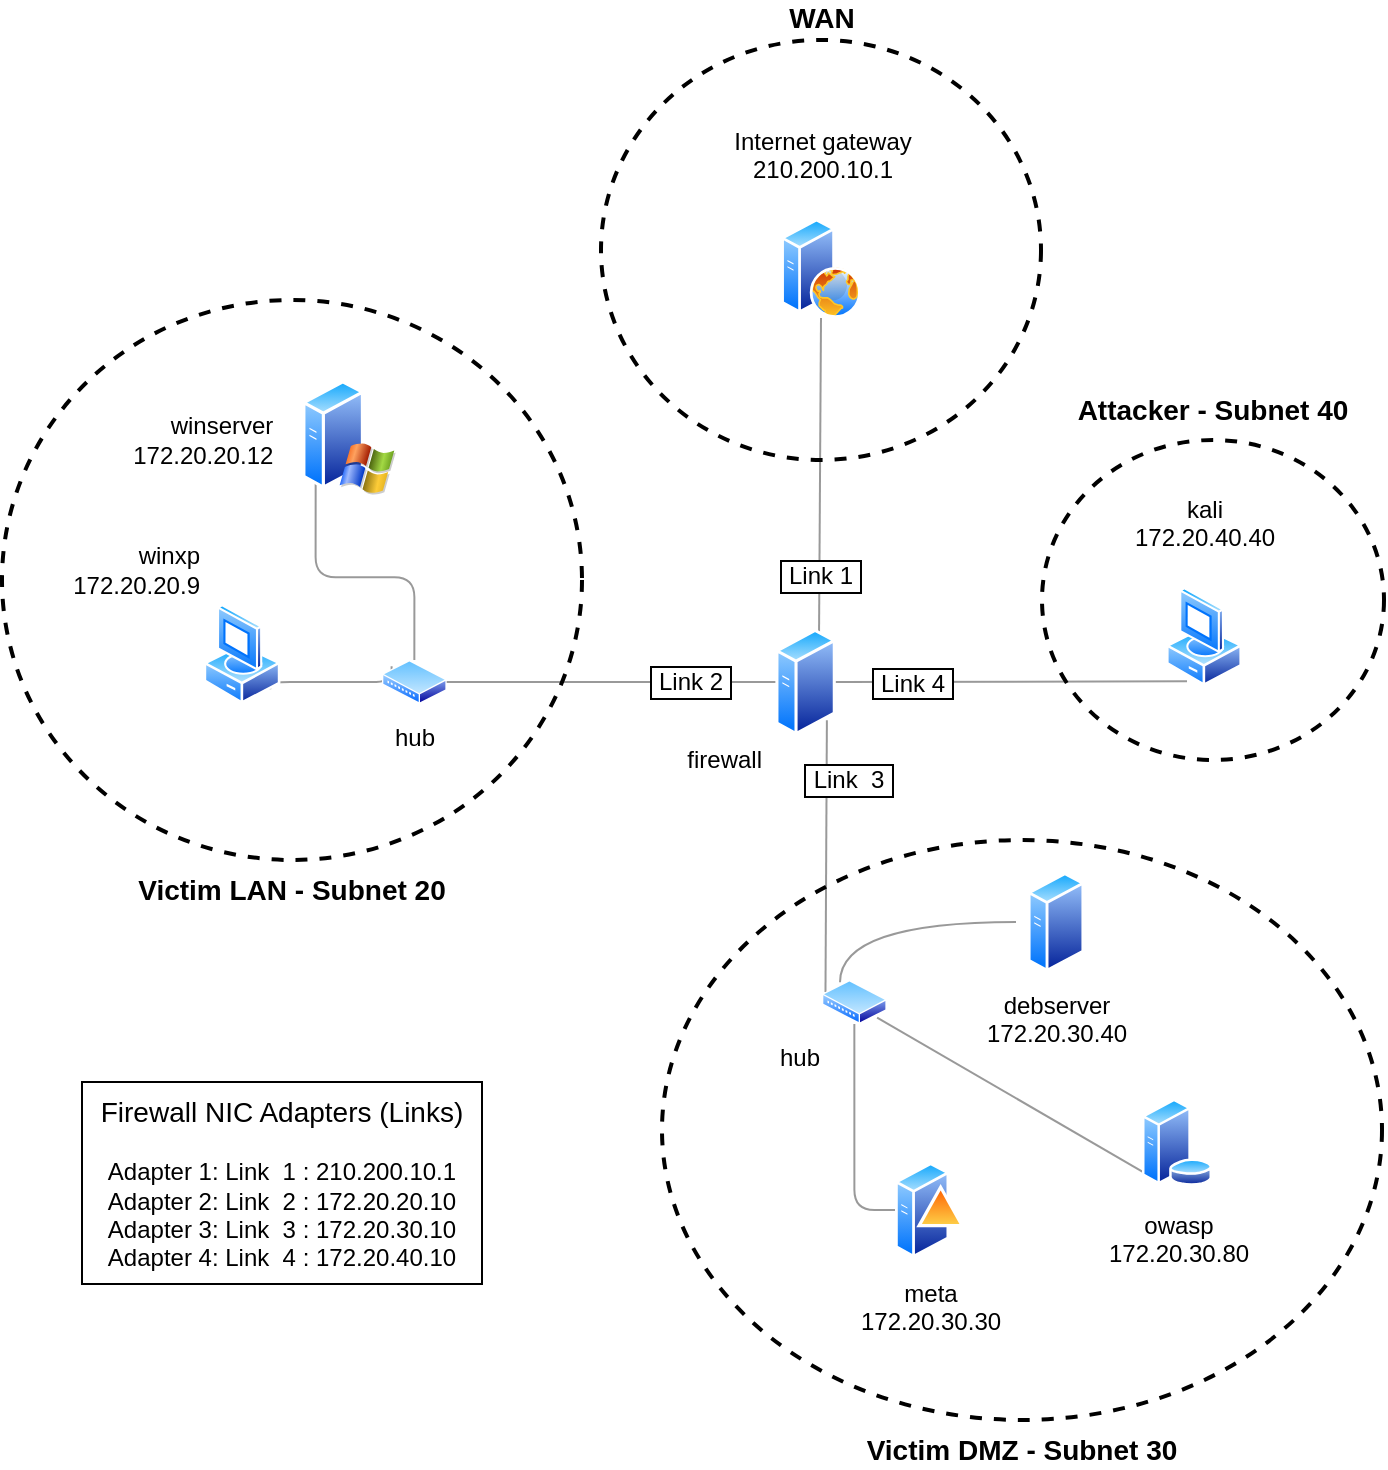
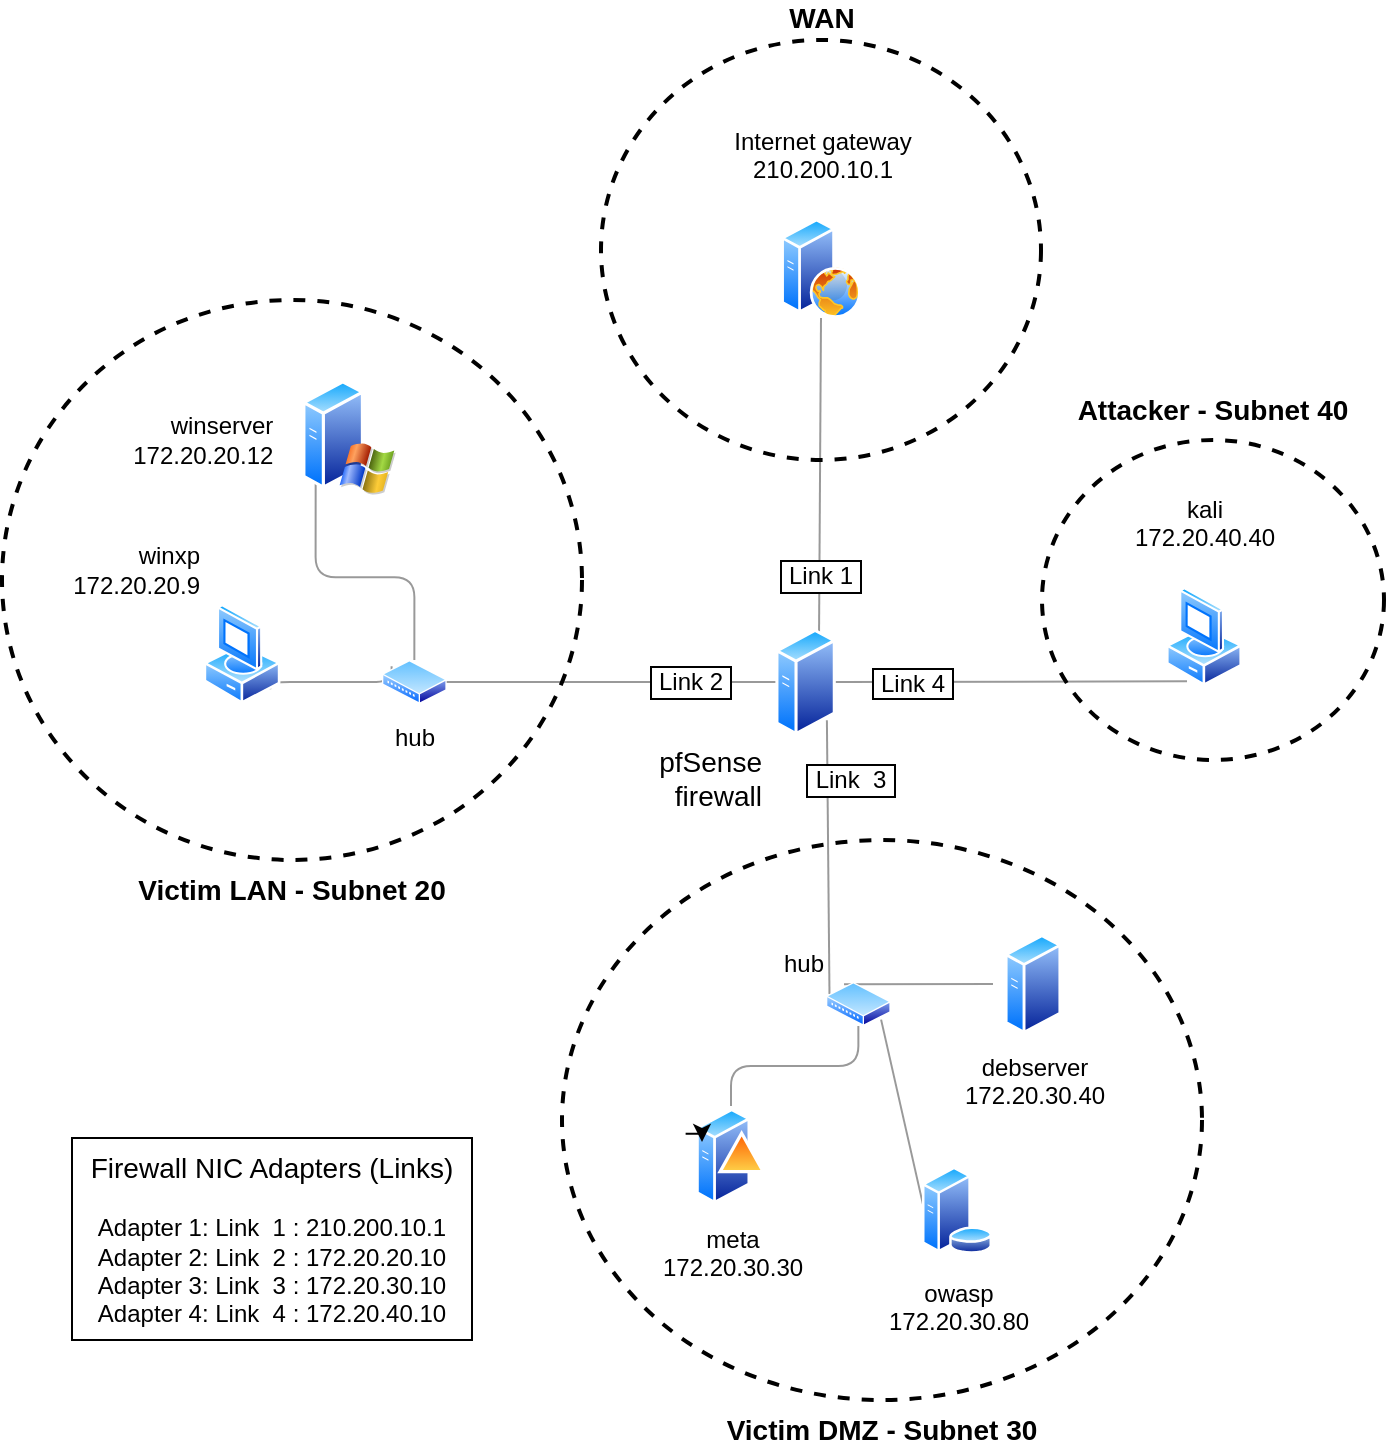
<mxfile host="app.diagrams.net">
  <diagram name="Seite-1" id="sI0nA2FEwm0xv5wlwKVV">
    <mxGraphModel dx="1940" dy="763" grid="1" gridSize="10" guides="1" tooltips="1" connect="1" arrows="1" fold="1" page="1" pageScale="1" pageWidth="827" pageHeight="1169" math="0" shadow="0">
      <root>
        <mxCell id="0" />
        <mxCell id="1" parent="0" />
        <mxCell id="a0UQNTms_buoy0jP--Xc-48" parent="1" style="ellipse;whiteSpace=wrap;html=1;fillColor=none;strokeWidth=2;labelPosition=center;verticalLabelPosition=top;align=center;verticalAlign=bottom;fontSize=14;fontStyle=1;dashed=1;strokeColor=light-dark(#000000,#FFF2CC);fontColor=light-dark(#000000,#FFF2CC);spacingTop=-1;spacingBottom=4;" value="Attacker - Subnet 40" vertex="1">
          <mxGeometry height="160" width="171" x="500" y="250" as="geometry" />
        </mxCell>
        <mxCell id="eCaSIDYicL7Bv3XTQ8XW-33" parent="1" style="ellipse;whiteSpace=wrap;html=1;fillColor=none;strokeWidth=2;labelPosition=center;verticalLabelPosition=top;align=center;verticalAlign=bottom;fontSize=14;fontStyle=1;dashed=1;strokeColor=light-dark(#000000,#FFF2CC);fontColor=light-dark(#000000,#FFF2CC);" value="WAN" vertex="1">
          <mxGeometry height="210" width="220" x="279.5" y="50" as="geometry" />
        </mxCell>
        <mxCell id="eCaSIDYicL7Bv3XTQ8XW-30" parent="1" style="ellipse;whiteSpace=wrap;html=1;fillColor=none;strokeWidth=2;labelPosition=center;verticalLabelPosition=bottom;align=center;verticalAlign=top;fontSize=14;fontStyle=1;dashed=1;strokeColor=light-dark(#000000,#FFF2CC);fontColor=light-dark(#000000,#FFF2CC);labelBorderColor=none;spacingTop=0;spacingBottom=7;" value="Victim DMZ - Subnet 30" vertex="1">
-           <mxGeometry height="290" width="360" x="310" y="450" as="geometry" />
+           <mxGeometry height="280" width="320" x="260" y="450" as="geometry" />
        </mxCell>
        <mxCell id="eCaSIDYicL7Bv3XTQ8XW-29" parent="1" style="ellipse;whiteSpace=wrap;html=1;fillColor=none;strokeWidth=2;labelPosition=center;verticalLabelPosition=bottom;align=center;verticalAlign=top;fontSize=14;fontStyle=1;dashed=1;strokeColor=light-dark(#000000,#FFF2CC);fontColor=light-dark(#000000,#FFF2CC);" value="Victim LAN - Subnet 20" vertex="1">
          <mxGeometry height="280" width="290" x="-20" y="180" as="geometry" />
        </mxCell>
        <mxCell id="eCaSIDYicL7Bv3XTQ8XW-1" parent="1" style="aspect=fixed;html=1;align=center;shadow=0;dashed=0;spacingTop=3;image=img/lib/active_directory/web_server.svg;labelPosition=center;verticalLabelPosition=top;verticalAlign=bottom;labelBackgroundColor=none;fontColor=light-dark(#000000,#FFFFFF);fontSize=12;shape=image;perimeter=ellipsePerimeter;" value="Internet gateway&lt;div&gt;210.200.10.1&lt;br&gt;&lt;br&gt;&lt;/div&gt;" vertex="1">
          <mxGeometry height="49.77" width="79" x="350" y="139.23000000000002" as="geometry" />
        </mxCell>
        <mxCell id="a0UQNTms_buoy0jP--Xc-31" edge="1" parent="1" source="eCaSIDYicL7Bv3XTQ8XW-10" style="rounded=0;orthogonalLoop=1;jettySize=auto;html=1;exitX=0.75;exitY=0;exitDx=0;exitDy=0;endArrow=none;endFill=0;curved=1;opacity=40;fontSize=12;labelBorderColor=light-dark(#000000,#FFB366);spacingLeft=-1;sourcePerimeterSpacing=0;startSize=6;spacingTop=100;entryX=0.5;entryY=1;entryDx=0;entryDy=0;" target="eCaSIDYicL7Bv3XTQ8XW-1" value="&lt;span&gt;&amp;nbsp;Link 1&amp;nbsp;&lt;/span&gt;">
          <mxGeometry relative="1" x="0.0031" as="geometry">
            <mxPoint as="offset" />
            <Array as="points" />
            <mxPoint x="400" y="150" as="targetPoint" />
          </mxGeometry>
        </mxCell>
-         <mxCell id="eCaSIDYicL7Bv3XTQ8XW-10" parent="1" style="image;aspect=fixed;perimeter=ellipsePerimeter;html=1;align=right;shadow=0;dashed=0;spacingTop=2;image=img/lib/active_directory/generic_server.svg;fontSize=12;labelPosition=left;verticalLabelPosition=bottom;verticalAlign=top;spacingLeft=0;spacingRight=10;spacingBottom=0;spacing=-2;labelBackgroundColor=none;" value="firewall" vertex="1">
+         <mxCell id="eCaSIDYicL7Bv3XTQ8XW-10" parent="1" style="image;aspect=fixed;perimeter=ellipsePerimeter;html=1;align=right;shadow=0;dashed=0;spacingTop=2;image=img/lib/active_directory/generic_server.svg;fontSize=14;labelPosition=left;verticalLabelPosition=bottom;verticalAlign=top;spacingLeft=0;spacingRight=10;spacingBottom=0;spacing=-2;labelBackgroundColor=none;" value="pfSense&lt;br&gt;firewall" vertex="1">
          <mxGeometry height="54" width="30.24" x="366.68" y="344" as="geometry" />
        </mxCell>
        <mxCell id="a0UQNTms_buoy0jP--Xc-1" edge="1" parent="1" source="eCaSIDYicL7Bv3XTQ8XW-17" style="edgeStyle=orthogonalEdgeStyle;rounded=0;orthogonalLoop=1;jettySize=auto;html=1;exitX=0;exitY=0.5;exitDx=0;exitDy=0;entryX=0.25;entryY=0;entryDx=0;entryDy=0;endArrow=none;endFill=0;curved=1;opacity=40;" target="eCaSIDYicL7Bv3XTQ8XW-35">
          <mxGeometry relative="1" as="geometry" />
        </mxCell>
        <mxCell id="eCaSIDYicL7Bv3XTQ8XW-17" parent="1" style="aspect=fixed;html=1;align=center;shadow=0;dashed=0;spacingTop=3;image=img/lib/active_directory/generic_server.svg;shape=image;labelBackgroundColor=none;verticalAlign=top;verticalLabelPosition=bottom;perimeter=ellipsePerimeter;" value="debserver&lt;div&gt;172.20.30.40&lt;/div&gt;" vertex="1">
-           <mxGeometry height="50" width="40" x="487" y="466" as="geometry" />
+           <mxGeometry height="50" width="40" x="475.5" y="497" as="geometry" />
        </mxCell>
        <mxCell id="a0UQNTms_buoy0jP--Xc-3" edge="1" parent="1" source="eCaSIDYicL7Bv3XTQ8XW-18" style="rounded=0;orthogonalLoop=1;jettySize=auto;html=1;exitX=0;exitY=1;exitDx=0;exitDy=0;entryX=1;entryY=1;entryDx=0;entryDy=0;endArrow=none;endFill=0;opacity=40;" target="eCaSIDYicL7Bv3XTQ8XW-35">
          <mxGeometry relative="1" as="geometry" />
        </mxCell>
        <mxCell id="eCaSIDYicL7Bv3XTQ8XW-18" parent="1" style="aspect=fixed;html=1;align=center;shadow=0;dashed=0;spacingTop=3;image=img/lib/active_directory/database_server.svg;shape=image;labelBackgroundColor=none;verticalAlign=top;verticalLabelPosition=bottom;perimeter=ellipsePerimeter;" value="owasp&lt;div&gt;172.20.30.80&lt;/div&gt;" vertex="1">
-           <mxGeometry height="50" width="35" x="550" y="575.9999999999999" as="geometry" />
+           <mxGeometry height="50" width="35" x="440" y="609.9999999999999" as="geometry" />
        </mxCell>
-         <mxCell id="a0UQNTms_buoy0jP--Xc-2" edge="1" parent="1" source="eCaSIDYicL7Bv3XTQ8XW-19" style="edgeStyle=orthogonalEdgeStyle;rounded=1;orthogonalLoop=1;jettySize=auto;html=1;exitX=0;exitY=0.5;exitDx=0;exitDy=0;entryX=0.5;entryY=1;entryDx=0;entryDy=0;endArrow=none;endFill=0;curved=0;opacity=40;" target="eCaSIDYicL7Bv3XTQ8XW-35">
+         <mxCell id="a0UQNTms_buoy0jP--Xc-2" edge="1" parent="1" source="eCaSIDYicL7Bv3XTQ8XW-19" style="edgeStyle=orthogonalEdgeStyle;rounded=1;orthogonalLoop=1;jettySize=auto;html=1;exitX=0.5;exitY=0;exitDx=0;exitDy=0;entryX=0.5;entryY=1;entryDx=0;entryDy=0;endArrow=none;endFill=0;curved=0;opacity=40;" target="eCaSIDYicL7Bv3XTQ8XW-35">
          <mxGeometry relative="1" as="geometry" />
        </mxCell>
        <mxCell id="eCaSIDYicL7Bv3XTQ8XW-19" parent="1" style="aspect=fixed;html=1;align=center;shadow=0;dashed=0;spacingTop=3;image=img/lib/active_directory/domain_controller.svg;shape=image;labelBackgroundColor=none;verticalAlign=top;verticalLabelPosition=bottom;perimeter=ellipsePerimeter;" value="meta&lt;div&gt;172.20.30.30&lt;/div&gt;" vertex="1">
-           <mxGeometry height="50" width="35" x="426.5" y="609.9999999999999" as="geometry" />
+           <mxGeometry height="50" width="35" x="327" y="582.9999999999999" as="geometry" />
        </mxCell>
        <mxCell id="eCaSIDYicL7Bv3XTQ8XW-39" edge="1" parent="1" source="eCaSIDYicL7Bv3XTQ8XW-20" style="edgeStyle=orthogonalEdgeStyle;rounded=1;orthogonalLoop=1;jettySize=auto;html=1;exitX=1;exitY=1;exitDx=0;exitDy=0;entryX=0;entryY=0;entryDx=0;entryDy=0;curved=0;endArrow=none;endFill=0;opacity=40;" target="eCaSIDYicL7Bv3XTQ8XW-36">
          <mxGeometry relative="1" as="geometry">
            <Array as="points">
              <mxPoint x="114" y="371" />
              <mxPoint x="175" y="371" />
            </Array>
          </mxGeometry>
        </mxCell>
        <mxCell id="eCaSIDYicL7Bv3XTQ8XW-20" parent="1" style="aspect=fixed;html=1;align=right;shadow=0;dashed=0;spacingTop=3;image=img/lib/active_directory/vista_client.svg;shape=image;labelBackgroundColor=none;verticalAlign=bottom;verticalLabelPosition=top;perimeter=ellipsePerimeter;labelPosition=left;" value="winxp&lt;div&gt;172.20.20.9&lt;/div&gt;" vertex="1">
          <mxGeometry height="50" width="40" x="80" y="332" as="geometry" />
        </mxCell>
        <mxCell id="eCaSIDYicL7Bv3XTQ8XW-40" edge="1" parent="1" source="eCaSIDYicL7Bv3XTQ8XW-21" style="edgeStyle=orthogonalEdgeStyle;rounded=1;orthogonalLoop=1;jettySize=auto;html=1;exitX=0;exitY=1;exitDx=0;exitDy=0;entryX=0.5;entryY=0;entryDx=0;entryDy=0;endArrow=none;endFill=0;curved=0;opacity=40;" target="eCaSIDYicL7Bv3XTQ8XW-36">
          <mxGeometry relative="1" as="geometry" />
        </mxCell>
        <mxCell id="eCaSIDYicL7Bv3XTQ8XW-21" parent="1" style="aspect=fixed;html=1;align=right;shadow=0;dashed=0;spacingTop=3;image=img/lib/active_directory/windows_server_2.svg;shape=image;labelBackgroundColor=none;verticalAlign=middle;verticalLabelPosition=middle;perimeter=ellipsePerimeter;labelPosition=left;" value="winserver&amp;nbsp; &amp;nbsp;&amp;nbsp;&lt;div&gt;172.20.20.12&amp;nbsp; &amp;nbsp;&amp;nbsp;&lt;/div&gt;" vertex="1">
          <mxGeometry height="57.32" width="47" x="130" y="220" as="geometry" />
        </mxCell>
        <mxCell id="a0UQNTms_buoy0jP--Xc-6" edge="1" parent="1" source="eCaSIDYicL7Bv3XTQ8XW-26" style="rounded=0;orthogonalLoop=1;jettySize=auto;html=1;entryX=1;entryY=0.5;entryDx=0;entryDy=0;endArrow=none;endFill=0;opacity=40;exitX=0.25;exitY=1;exitDx=0;exitDy=0;fontSize=12;labelPosition=center;verticalLabelPosition=top;align=center;verticalAlign=bottom;labelBorderColor=light-dark(#000000,#FFB366);textShadow=0;sourcePerimeterSpacing=0;spacingTop=0;spacingLeft=-100;spacingBottom=-11;labelBackgroundColor=default;" value="&amp;nbsp;Link 4&amp;nbsp;">
          <mxGeometry relative="1" as="geometry">
            <mxPoint x="581.8663594500567" y="360.91344597206444" as="sourcePoint" />
            <mxPoint x="396.919999999981" y="371" as="targetPoint" />
          </mxGeometry>
        </mxCell>
        <mxCell id="eCaSIDYicL7Bv3XTQ8XW-26" parent="1" style="image;aspect=fixed;perimeter=ellipsePerimeter;html=1;align=center;shadow=0;dashed=0;spacingTop=3;image=img/lib/active_directory/vista_client.svg;labelPosition=center;verticalLabelPosition=top;verticalAlign=bottom;labelBackgroundColor=none;" value="kali&lt;div&gt;172.20.40.40&lt;br&gt;&lt;br&gt;&lt;/div&gt;" vertex="1">
          <mxGeometry height="50" width="38" x="562" y="323.32" as="geometry" />
        </mxCell>
        <mxCell id="a0UQNTms_buoy0jP--Xc-4" edge="1" parent="1" source="eCaSIDYicL7Bv3XTQ8XW-35" style="rounded=1;orthogonalLoop=1;jettySize=auto;html=1;exitX=0;exitY=0.25;exitDx=0;exitDy=0;endArrow=none;endFill=0;opacity=40;entryX=1;entryY=1;entryDx=0;entryDy=0;fontSize=12;labelBorderColor=light-dark(#000000,#FFB366);spacingLeft=21;spacingBottom=77;" target="eCaSIDYicL7Bv3XTQ8XW-10" value="&amp;nbsp;Link&amp;nbsp; 3&amp;nbsp;">
          <mxGeometry relative="1" x="0.0035" as="geometry">
            <mxPoint as="offset" />
            <mxPoint x="370.0000000000001" y="429.9999999999999" as="targetPoint" />
          </mxGeometry>
        </mxCell>
-         <mxCell id="eCaSIDYicL7Bv3XTQ8XW-35" parent="1" style="image;aspect=fixed;perimeter=ellipsePerimeter;html=1;align=right;shadow=0;dashed=0;spacingTop=3;image=img/lib/active_directory/wiring_hub.svg;labelPosition=left;verticalLabelPosition=bottom;verticalAlign=top;" value="hub" vertex="1">
-           <mxGeometry height="22" width="32.35" x="390" y="519.9999999999999" as="geometry" />
+         <mxCell id="eCaSIDYicL7Bv3XTQ8XW-35" parent="1" style="image;aspect=fixed;perimeter=ellipsePerimeter;html=1;align=right;shadow=0;dashed=0;spacingTop=3;image=img/lib/active_directory/wiring_hub.svg;labelPosition=left;verticalLabelPosition=top;verticalAlign=bottom;" value="hub" vertex="1">
+           <mxGeometry height="22" width="32.35" x="392" y="520.9999999999999" as="geometry" />
        </mxCell>
        <mxCell id="eCaSIDYicL7Bv3XTQ8XW-36" parent="1" style="image;aspect=fixed;perimeter=ellipsePerimeter;html=1;align=center;shadow=0;dashed=0;spacingTop=3;image=img/lib/active_directory/wiring_hub.svg;" value="hub" vertex="1">
          <mxGeometry height="22" width="32.35" x="170" y="360" as="geometry" />
        </mxCell>
        <mxCell id="a0UQNTms_buoy0jP--Xc-5" edge="1" parent="1" source="eCaSIDYicL7Bv3XTQ8XW-36" style="edgeStyle=orthogonalEdgeStyle;rounded=0;orthogonalLoop=1;jettySize=auto;html=1;exitX=1;exitY=0.5;exitDx=0;exitDy=0;endArrow=none;endFill=0;entryX=0;entryY=0.5;entryDx=0;entryDy=0;opacity=40;fontSize=12;labelBorderColor=light-dark(#000000,#FFB366);spacingLeft=80;" target="eCaSIDYicL7Bv3XTQ8XW-10" value="&amp;nbsp;Link 2&amp;nbsp;">
          <mxGeometry relative="1" as="geometry">
            <mxPoint x="380" y="370" as="targetPoint" />
          </mxGeometry>
        </mxCell>
        <mxCell id="a0UQNTms_buoy0jP--Xc-8" edge="1" parent="1" source="eCaSIDYicL7Bv3XTQ8XW-33" style="edgeStyle=orthogonalEdgeStyle;rounded=0;orthogonalLoop=1;jettySize=auto;html=1;exitX=0.5;exitY=1;exitDx=0;exitDy=0;" target="eCaSIDYicL7Bv3XTQ8XW-33">
          <mxGeometry relative="1" as="geometry" />
        </mxCell>
        <mxCell id="a0UQNTms_buoy0jP--Xc-45" parent="1" style="text;html=1;whiteSpace=wrap;strokeColor=light-dark(#000000,#FFB366);fillColor=none;align=center;verticalAlign=middle;rounded=0;labelPosition=center;verticalLabelPosition=middle;perimeterSpacing=2;labelBorderColor=none;" value="&lt;font style=&quot;font-size: 14px;&quot;&gt;Firewall NIC Adapters (Links)&lt;/font&gt;&lt;br&gt;&lt;div&gt;&lt;br&gt;&lt;/div&gt;&lt;div&gt;Adapter 1: Link&amp;nbsp; 1 : 210.200.10.1&lt;br&gt;Adapter 2: Link&amp;nbsp; 2 : 172.20.20.10&lt;/div&gt;&lt;div&gt;Adapter 3: Link&amp;nbsp; 3 : 172.20.30.10&lt;br&gt;Adapter 4: Link&amp;nbsp; 4 : 172.20.40.10&lt;/div&gt;" vertex="1">
-           <mxGeometry height="101" width="200" x="20" y="571" as="geometry" />
+           <mxGeometry height="101" width="200" x="15" y="599" as="geometry" />
        </mxCell>
        <mxCell id="a0UQNTms_buoy0jP--Xc-49" edge="1" parent="1" source="eCaSIDYicL7Bv3XTQ8XW-30" style="edgeStyle=orthogonalEdgeStyle;rounded=0;orthogonalLoop=1;jettySize=auto;html=1;exitX=0.5;exitY=1;exitDx=0;exitDy=0;" target="eCaSIDYicL7Bv3XTQ8XW-30">
          <mxGeometry relative="1" as="geometry" />
+         </mxCell>
+         <mxCell id="6Ky28lYEBRKsEtcFkSmt-2" edge="1" parent="1" style="edgeStyle=orthogonalEdgeStyle;rounded=0;orthogonalLoop=1;jettySize=auto;html=1;exitX=0;exitY=0.25;exitDx=0;exitDy=0;entryX=0.286;entryY=0.36;entryDx=0;entryDy=0;entryPerimeter=0;">
+           <mxGeometry relative="1" as="geometry">
+             <mxPoint x="321.81078248174344" y="596.9252582224071" as="sourcePoint" />
+             <mxPoint x="330.0100000000002" y="601" as="targetPoint" />
+           </mxGeometry>
        </mxCell>
      </root>
    </mxGraphModel>
  </diagram>
</mxfile>
